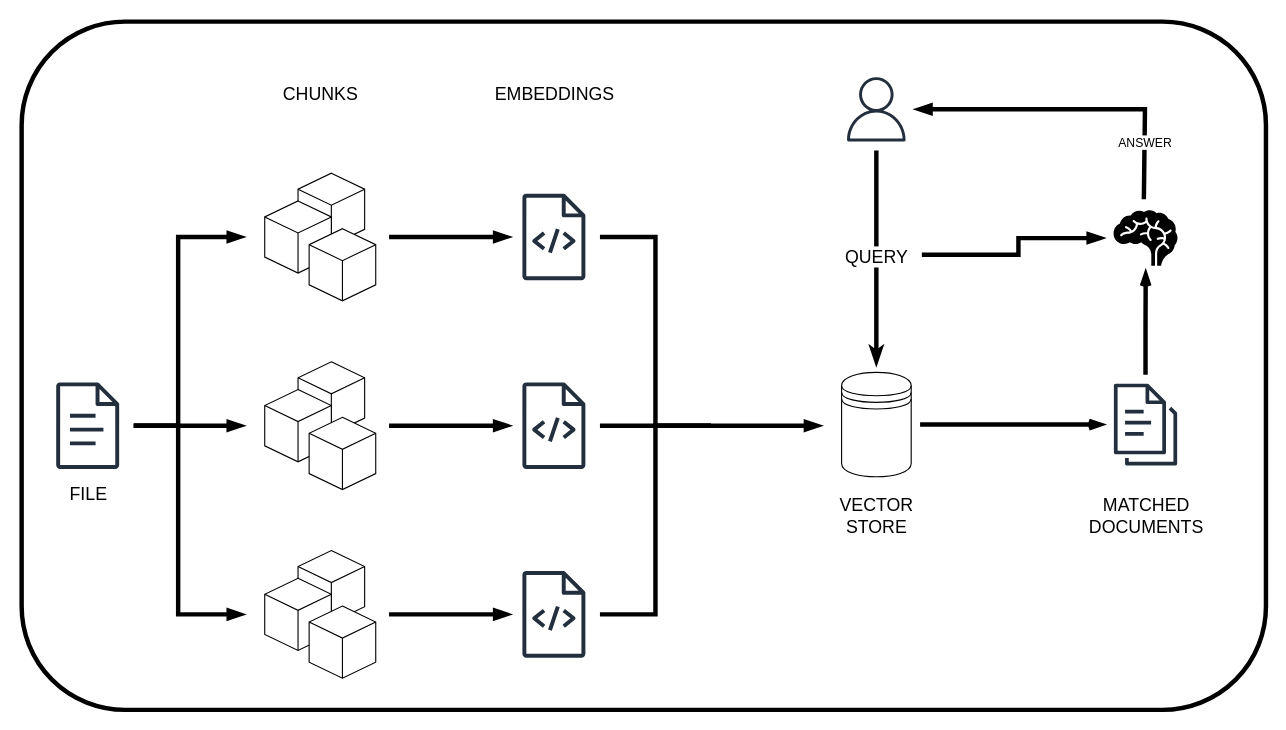
The draw.io diagram data/Process.drawio in LWaetzig/StudentChatbot, before the edit. Source tidied: cells renumbered, new cells numbered last; positions are measured from the earlier drawing's top-left corner, leaving out a move shared by most shapes. Both pictures are drawn from the tidied source at 111%, with x=0, y=0 at pixel (21, 21).
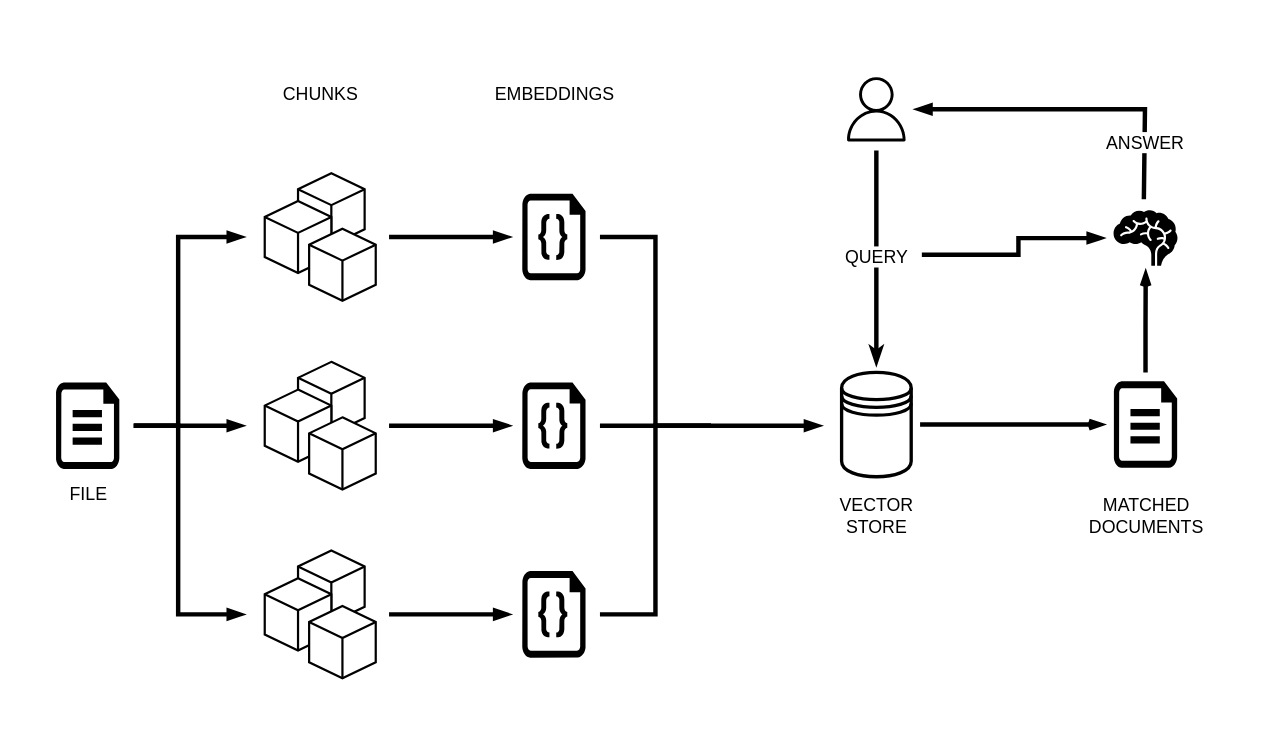
The same diagram, later.

The change refers to these unchanged cells:
```xml
<mxCell id="13" style="group;" parent="4" vertex="1">
  <mxGeometry y="340" width="100" height="115" as="geometry" />
</mxCell>
```

Diff of the diagram source:
```diff
@@
-    <mxCell id="2" style="rounded=1;whiteSpace=wrap;html=1;labelBackgroundColor=default;strokeColor=default;strokeWidth=4;align=center;verticalAlign=middle;fontFamily=Helvetica;fontSize=11;fontColor=default;startArrow=blockThin;startFill=1;endArrow=none;endFill=0;fillColor=default;" parent="1" vertex="1">
-      <mxGeometry width="1121" height="620" as="geometry" />
-    </mxCell>
+    <mxCell id="45" style="group;" parent="1" vertex="1">
+      <mxGeometry x="29.5" y="50" width="1048" height="541.5" as="geometry" />
+    </mxCell>
-    <mxCell id="3" style="sketch=0;fontColor=#232F3E;gradientColor=none;fillColor=#232F3D;strokeColor=none;dashed=0;verticalLabelPosition=bottom;verticalAlign=top;align=center;html=1;fontSize=12;fontStyle=0;shape=mxgraph.aws4.document;" parent="1" vertex="1">
-      <mxGeometry x="31" y="325" width="57" height="78" as="geometry" />
+    <mxCell id="3" style="verticalLabelPosition=bottom;html=1;verticalAlign=top;align=center;strokeColor=none;fillColor=#000000;shape=mxgraph.azure.cloud_services_configuration_file;dashed=0;fontFamily=Helvetica;fontSize=12;fontColor=#232F3E;gradientColor=none;sketch=0;" parent="45" vertex="1">
+      <mxGeometry x="1.5" y="275" width="57" height="78" as="geometry" />
     </mxCell>
-    <mxCell id="4" style="group;" parent="1" vertex="1">
-      <mxGeometry x="219" y="136.5" width="100" height="455" as="geometry" />
+    <mxCell id="4" style="group;fillColor=none;" parent="45" vertex="1">
+      <mxGeometry x="189.5" y="86.5" width="100" height="455" as="geometry" />
     </mxCell>
-    <mxCell id="5" style="group;" parent="4" vertex="1">
+    <mxCell id="5" style="group;fillColor=none;" parent="4" vertex="1">
       <mxGeometry width="100" height="115" as="geometry" />
     </mxCell>
-    <mxCell id="6" style="html=1;shape=mxgraph.basic.isocube;isoAngle=15;" parent="5" vertex="1">
+    <mxCell id="6" style="html=1;shape=mxgraph.basic.isocube;isoAngle=15;fillColor=default;strokeWidth=2;" parent="5" vertex="1">
       <mxGeometry x="30" width="60" height="65" as="geometry" />
     </mxCell>
-    <mxCell id="7" style="html=1;shape=mxgraph.basic.isocube;isoAngle=15;" parent="5" vertex="1">
+    <mxCell id="7" style="html=1;shape=mxgraph.basic.isocube;isoAngle=15;fillColor=default;strokeWidth=2;" parent="5" vertex="1">
       <mxGeometry y="25" width="60" height="65" as="geometry" />
     </mxCell>
-    <mxCell id="8" style="html=1;shape=mxgraph.basic.isocube;isoAngle=15;" parent="5" vertex="1">
+    <mxCell id="8" style="html=1;shape=mxgraph.basic.isocube;isoAngle=15;fillColor=default;strokeWidth=2;" parent="5" vertex="1">
       <mxGeometry x="40" y="50" width="60" height="65" as="geometry" />
     </mxCell>
-    <mxCell id="9" style="group;" parent="4" vertex="1">
+    <mxCell id="9" style="group;fillColor=none;" parent="4" vertex="1">
       <mxGeometry y="170" width="100" height="115" as="geometry" />
     </mxCell>
-    <mxCell id="10" style="html=1;shape=mxgraph.basic.isocube;isoAngle=15;" parent="9" vertex="1">
+    <mxCell id="10" style="html=1;shape=mxgraph.basic.isocube;isoAngle=15;fillColor=default;strokeWidth=2;" parent="9" vertex="1">
       <mxGeometry x="30" width="60" height="65" as="geometry" />
     </mxCell>
-    <mxCell id="11" style="html=1;shape=mxgraph.basic.isocube;isoAngle=15;" parent="9" vertex="1">
+    <mxCell id="11" style="html=1;shape=mxgraph.basic.isocube;isoAngle=15;fillColor=default;strokeWidth=2;" parent="9" vertex="1">
       <mxGeometry y="25" width="60" height="65" as="geometry" />
     </mxCell>
-    <mxCell id="12" style="html=1;shape=mxgraph.basic.isocube;isoAngle=15;" parent="9" vertex="1">
+    <mxCell id="12" style="html=1;shape=mxgraph.basic.isocube;isoAngle=15;fillColor=default;strokeWidth=2;" parent="9" vertex="1">
       <mxGeometry x="40" y="50" width="60" height="65" as="geometry" />
     </mxCell>
@@
-    <mxCell id="14" style="html=1;shape=mxgraph.basic.isocube;isoAngle=15;" parent="13" vertex="1">
+    <mxCell id="14" style="html=1;shape=mxgraph.basic.isocube;isoAngle=15;fillColor=default;strokeWidth=2;" parent="13" vertex="1">
       <mxGeometry x="30" width="60" height="65" as="geometry" />
     </mxCell>
-    <mxCell id="15" style="html=1;shape=mxgraph.basic.isocube;isoAngle=15;" parent="13" vertex="1">
+    <mxCell id="15" style="html=1;shape=mxgraph.basic.isocube;isoAngle=15;fillColor=default;strokeWidth=2;" parent="13" vertex="1">
       <mxGeometry y="25" width="60" height="65" as="geometry" />
     </mxCell>
-    <mxCell id="16" style="html=1;shape=mxgraph.basic.isocube;isoAngle=15;" parent="13" vertex="1">
+    <mxCell id="16" style="html=1;shape=mxgraph.basic.isocube;isoAngle=15;fillColor=default;strokeWidth=2;" parent="13" vertex="1">
       <mxGeometry x="40" y="50" width="60" height="65" as="geometry" />
     </mxCell>
-    <mxCell id="17" style="group;" parent="1" vertex="1">
-      <mxGeometry x="451" y="155" width="57" height="418" as="geometry" />
+    <mxCell id="17" style="group;" parent="45" vertex="1">
+      <mxGeometry x="421.5" y="105" width="57" height="418" as="geometry" />
     </mxCell>
@@
-    <mxCell id="19" style="sketch=0;fontColor=#232F3E;gradientColor=none;fillColor=#232F3D;strokeColor=none;dashed=0;verticalLabelPosition=bottom;verticalAlign=top;align=center;html=1;fontSize=12;fontStyle=0;shape=mxgraph.aws4.source_code;flipH=0;" parent="17" vertex="1">
+    <mxCell id="19" style="verticalLabelPosition=bottom;html=1;verticalAlign=top;align=center;strokeColor=none;fillColor=#000000;shape=mxgraph.azure.code_file;dashed=0;fontFamily=Helvetica;fontSize=12;fontColor=#232F3E;gradientColor=none;sketch=0;" parent="17" vertex="1">
       <mxGeometry width="57" height="78" as="geometry" />
     </mxCell>
@@
-    <mxCell id="22" style="sketch=0;fontColor=#232F3E;gradientColor=none;fillColor=#232F3D;strokeColor=none;dashed=0;verticalLabelPosition=bottom;verticalAlign=top;align=center;html=1;fontSize=12;fontStyle=0;shape=mxgraph.aws4.source_code;flipH=0;" parent="17" vertex="1">
+    <mxCell id="22" style="verticalLabelPosition=bottom;html=1;verticalAlign=top;align=center;strokeColor=none;fillColor=#000000;shape=mxgraph.azure.code_file;dashed=0;fontFamily=Helvetica;fontSize=12;fontColor=#232F3E;gradientColor=none;sketch=0;" parent="17" vertex="1">
       <mxGeometry y="170" width="57" height="78" as="geometry" />
     </mxCell>
@@
-    <mxCell id="24" style="sketch=0;fontColor=#232F3E;gradientColor=none;fillColor=#232F3D;strokeColor=none;dashed=0;verticalLabelPosition=bottom;verticalAlign=top;align=center;html=1;fontSize=12;fontStyle=0;shape=mxgraph.aws4.source_code;flipH=0;" parent="17" vertex="1">
+    <mxCell id="24" style="verticalLabelPosition=bottom;html=1;verticalAlign=top;align=center;strokeColor=none;fillColor=#000000;shape=mxgraph.azure.code_file;dashed=0;fontFamily=Helvetica;fontSize=12;fontColor=#232F3E;gradientColor=none;sketch=0;" parent="17" vertex="1">
       <mxGeometry y="340" width="57" height="78" as="geometry" />
     </mxCell>
-    <mxCell id="25" style="edgeStyle=orthogonalEdgeStyle;rounded=0;orthogonalLoop=1;jettySize=auto;html=1;strokeWidth=4;endArrow=blockThin;endFill=1;" parent="1" edge="1">
+    <mxCell id="25" style="edgeStyle=orthogonalEdgeStyle;rounded=0;orthogonalLoop=1;jettySize=auto;html=1;strokeWidth=4;endArrow=blockThin;endFill=1;" parent="45" edge="1">
       <mxGeometry relative="1" as="geometry">
-        <mxPoint x="101" y="364" as="sourcePoint" />
-        <mxPoint x="201" y="194" as="targetPoint" />
+        <mxPoint x="71.5" y="314" as="sourcePoint" />
+        <mxPoint x="171.5" y="144" as="targetPoint" />
         <Array as="points">
-          <mxPoint x="141" y="364" />
-          <mxPoint x="141" y="194" />
+          <mxPoint x="111.5" y="314" />
+          <mxPoint x="111.5" y="144" />
         </Array>
       </mxGeometry>
     </mxCell>
-    <mxCell id="26" style="edgeStyle=orthogonalEdgeStyle;rounded=0;orthogonalLoop=1;jettySize=auto;html=1;strokeWidth=4;endArrow=blockThin;endFill=1;" parent="1" edge="1">
+    <mxCell id="26" style="edgeStyle=orthogonalEdgeStyle;rounded=0;orthogonalLoop=1;jettySize=auto;html=1;strokeWidth=4;endArrow=blockThin;endFill=1;" parent="45" edge="1">
       <mxGeometry relative="1" as="geometry">
-        <mxPoint x="101" y="364" as="sourcePoint" />
-        <mxPoint x="201" y="364" as="targetPoint" />
+        <mxPoint x="71.5" y="314" as="sourcePoint" />
+        <mxPoint x="171.5" y="314" as="targetPoint" />
       </mxGeometry>
     </mxCell>
-    <mxCell id="27" style="edgeStyle=orthogonalEdgeStyle;rounded=0;orthogonalLoop=1;jettySize=auto;html=1;strokeWidth=4;endArrow=blockThin;endFill=1;" parent="1" edge="1">
+    <mxCell id="27" style="edgeStyle=orthogonalEdgeStyle;rounded=0;orthogonalLoop=1;jettySize=auto;html=1;strokeWidth=4;endArrow=blockThin;endFill=1;" parent="45" edge="1">
       <mxGeometry relative="1" as="geometry">
-        <mxPoint x="101" y="364" as="sourcePoint" />
-        <mxPoint x="201" y="534" as="targetPoint" />
+        <mxPoint x="71.5" y="314" as="sourcePoint" />
+        <mxPoint x="171.5" y="484" as="targetPoint" />
         <Array as="points">
-          <mxPoint x="141" y="364" />
-          <mxPoint x="141" y="534" />
+          <mxPoint x="111.5" y="314" />
+          <mxPoint x="111.5" y="484" />
         </Array>
       </mxGeometry>
     </mxCell>
-    <mxCell id="28" value="FILE" style="text;html=1;align=center;verticalAlign=middle;strokeColor=none;fillColor=none;fontSize=16;" parent="1" vertex="1">
-      <mxGeometry x="29.5" y="410" width="60" height="30" as="geometry" />
+    <mxCell id="28" value="FILE" style="text;html=1;align=center;verticalAlign=middle;strokeColor=none;fillColor=none;fontSize=16;" parent="45" vertex="1">
+      <mxGeometry y="360" width="60" height="30" as="geometry" />
     </mxCell>
-    <mxCell id="29" value="CHUNKS" style="text;html=1;align=center;verticalAlign=middle;strokeColor=none;fillColor=none;fontSize=16;" parent="1" vertex="1">
-      <mxGeometry x="224" y="50" width="90" height="30" as="geometry" />
+    <mxCell id="29" value="CHUNKS" style="text;html=1;align=center;verticalAlign=middle;strokeColor=none;fillColor=none;fontSize=16;" parent="45" vertex="1">
+      <mxGeometry x="194.5" width="90" height="30" as="geometry" />
     </mxCell>
-    <mxCell id="30" value="EMBEDDINGS" style="text;html=1;align=center;verticalAlign=middle;strokeColor=none;fillColor=none;fontSize=16;" parent="1" vertex="1">
-      <mxGeometry x="414.5" y="50" width="130" height="30" as="geometry" />
+    <mxCell id="30" value="EMBEDDINGS" style="text;html=1;align=center;verticalAlign=middle;strokeColor=none;fillColor=none;fontSize=16;" parent="45" vertex="1">
+      <mxGeometry x="385" width="130" height="30" as="geometry" />
     </mxCell>
-    <mxCell id="31" style="edgeStyle=orthogonalEdgeStyle;rounded=0;jettySize=auto;html=1;fontFamily=Helvetica;fontSize=11;fontColor=default;startArrow=none;startFill=0;endArrow=openThin;endFill=0;strokeWidth=4;sourcePerimeterSpacing=8;targetPerimeterSpacing=8;" parent="1" edge="1" source="32" target="40">
-      <mxGeometry relative="1" as="geometry" />
-    </mxCell>
-    <mxCell id="32" style="shape=datastore;whiteSpace=wrap;html=1;" parent="1" vertex="1">
-      <mxGeometry x="738.7" y="316" width="62.7" height="94" as="geometry" />
+    <mxCell id="32" style="shape=datastore;whiteSpace=wrap;html=1;fillColor=none;strokeColor=#000000;strokeWidth=3;" parent="45" vertex="1">
+      <mxGeometry x="709.2" y="266" width="62.7" height="94" as="geometry" />
     </mxCell>
-    <mxCell id="33" style="edgeStyle=orthogonalEdgeStyle;rounded=0;orthogonalLoop=1;jettySize=auto;html=1;strokeWidth=4;endArrow=none;endFill=0;" parent="1" edge="1">
+    <mxCell id="33" style="edgeStyle=orthogonalEdgeStyle;rounded=0;orthogonalLoop=1;jettySize=auto;html=1;strokeWidth=4;endArrow=none;endFill=0;" parent="45" edge="1">
       <mxGeometry relative="1" as="geometry">
-        <mxPoint x="521" y="194" as="sourcePoint" />
-        <mxPoint x="621" y="364" as="targetPoint" />
+        <mxPoint x="491.5" y="144" as="sourcePoint" />
+        <mxPoint x="591.5" y="314" as="targetPoint" />
         <Array as="points">
-          <mxPoint x="571" y="194" />
-          <mxPoint x="571" y="364" />
+          <mxPoint x="541.5" y="144" />
+          <mxPoint x="541.5" y="314" />
         </Array>
       </mxGeometry>
     </mxCell>
-    <mxCell id="34" style="edgeStyle=orthogonalEdgeStyle;rounded=0;orthogonalLoop=1;jettySize=auto;html=1;strokeWidth=4;endArrow=blockThin;endFill=1;" parent="1" edge="1">
+    <mxCell id="34" style="edgeStyle=orthogonalEdgeStyle;rounded=0;orthogonalLoop=1;jettySize=auto;html=1;strokeWidth=4;endArrow=blockThin;endFill=1;" parent="45" edge="1">
       <mxGeometry relative="1" as="geometry">
-        <mxPoint x="521" y="534" as="sourcePoint" />
-        <mxPoint x="721" y="364" as="targetPoint" />
+        <mxPoint x="491.5" y="484" as="sourcePoint" />
+        <mxPoint x="691.5" y="314" as="targetPoint" />
         <Array as="points">
-          <mxPoint x="571" y="534" />
-          <mxPoint x="571" y="364" />
+          <mxPoint x="541.5" y="484" />
+          <mxPoint x="541.5" y="314" />
         </Array>
       </mxGeometry>
     </mxCell>
-    <mxCell id="35" value="VECTOR &lt;br&gt;STORE" style="text;html=1;align=center;verticalAlign=middle;strokeColor=none;fillColor=none;fontSize=16;" parent="1" vertex="1">
-      <mxGeometry x="725" y="420" width="90" height="50" as="geometry" />
+    <mxCell id="35" value="VECTOR &lt;br&gt;STORE" style="text;html=1;align=center;verticalAlign=middle;strokeColor=none;fillColor=none;fontSize=16;" parent="45" vertex="1">
+      <mxGeometry x="695.5" y="370" width="90" height="50" as="geometry" />
     </mxCell>
-    <mxCell id="36" value="&lt;font style=&quot;font-size: 16px;&quot;&gt;QUERY&lt;/font&gt;" style="edgeStyle=orthogonalEdgeStyle;rounded=0;jettySize=auto;html=1;fontFamily=Helvetica;fontSize=11;fontColor=default;startArrow=none;startFill=0;endArrow=classicThin;endFill=1;targetPerimeterSpacing=0;strokeWidth=4;startSize=6;jumpSize=11;sourcePerimeterSpacing=8;" parent="1" edge="1" source="37">
+    <mxCell id="36" value="&lt;font style=&quot;font-size: 16px;&quot;&gt;QUERY&lt;/font&gt;" style="edgeStyle=orthogonalEdgeStyle;rounded=0;jettySize=auto;html=1;fontFamily=Helvetica;fontSize=11;fontColor=default;startArrow=none;startFill=0;endArrow=classicThin;endFill=1;targetPerimeterSpacing=0;strokeWidth=4;startSize=6;jumpSize=11;sourcePerimeterSpacing=8;" parent="45" edge="1" source="37">
       <mxGeometry relative="1" as="geometry">
-        <mxPoint x="770" y="310" as="targetPoint" />
+        <mxPoint x="740.5" y="260" as="targetPoint" />
       </mxGeometry>
     </mxCell>
-    <mxCell id="37" style="sketch=0;outlineConnect=0;fontColor=#232F3E;gradientColor=none;fillColor=#232F3D;strokeColor=none;dashed=0;verticalLabelPosition=bottom;verticalAlign=top;align=center;html=1;fontSize=12;fontStyle=0;shape=mxgraph.aws4.user;" parent="1" vertex="1">
-      <mxGeometry x="741" y="50" width="58" height="58" as="geometry" />
+    <mxCell id="37" style="sketch=0;outlineConnect=0;fontColor=#232F3E;gradientColor=none;fillColor=#000000;strokeColor=none;dashed=0;verticalLabelPosition=bottom;verticalAlign=top;align=center;html=1;fontSize=12;fontStyle=0;shape=mxgraph.aws4.user;" parent="45" vertex="1">
+      <mxGeometry x="711.5" width="58" height="58" as="geometry" />
     </mxCell>
-    <mxCell id="38" style="edgeStyle=orthogonalEdgeStyle;rounded=0;jettySize=auto;html=1;fontFamily=Helvetica;fontSize=11;fontColor=default;startArrow=blockThin;startFill=1;endArrow=none;endFill=0;strokeWidth=4;targetPerimeterSpacing=8;sourcePerimeterSpacing=8;" parent="1" edge="1" source="39">
+    <mxCell id="38" style="edgeStyle=orthogonalEdgeStyle;rounded=0;jettySize=auto;html=1;fontFamily=Helvetica;fontSize=11;fontColor=default;startArrow=blockThin;startFill=1;endArrow=none;endFill=0;strokeWidth=4;targetPerimeterSpacing=8;sourcePerimeterSpacing=8;" parent="45" edge="1" source="39">
       <mxGeometry relative="1" as="geometry">
-        <mxPoint x="811" y="210" as="targetPoint" />
+        <mxPoint x="781.5" y="160" as="targetPoint" />
         <Array as="points">
-          <mxPoint x="898" y="195" />
-          <mxPoint x="898" y="210" />
-          <mxPoint x="811" y="210" />
+          <mxPoint x="868.5" y="145" />
+          <mxPoint x="868.5" y="160" />
+          <mxPoint x="781.5" y="160" />
         </Array>
       </mxGeometry>
     </mxCell>
-    <mxCell id="39" style="shape=mxgraph.signs.healthcare.brain;html=1;fillColor=#000000;strokeColor=none;verticalLabelPosition=bottom;verticalAlign=top;align=center;rounded=0;labelBackgroundColor=default;strokeWidth=4;fontFamily=Helvetica;fontSize=11;fontColor=default;startArrow=blockThin;startFill=1;endArrow=none;endFill=0;" parent="1" vertex="1">
-      <mxGeometry x="983.7" y="170" width="57.6" height="50" as="geometry" />
+    <mxCell id="39" style="shape=mxgraph.signs.healthcare.brain;html=1;fillColor=#000000;strokeColor=none;verticalLabelPosition=bottom;verticalAlign=top;align=center;rounded=0;labelBackgroundColor=default;strokeWidth=4;fontFamily=Helvetica;fontSize=11;fontColor=default;startArrow=blockThin;startFill=1;endArrow=none;endFill=0;" parent="45" vertex="1">
+      <mxGeometry x="954.2" y="120" width="57.6" height="50" as="geometry" />
     </mxCell>
-    <mxCell id="40" style="sketch=0;outlineConnect=0;fontColor=#232F3E;gradientColor=none;fillColor=#232F3D;strokeColor=none;dashed=0;verticalLabelPosition=bottom;verticalAlign=top;align=center;html=1;fontSize=12;fontStyle=0;shape=mxgraph.aws4.documents3;rounded=0;labelBackgroundColor=default;strokeWidth=4;fontFamily=Helvetica;startArrow=blockThin;startFill=1;endArrow=none;endFill=0;" parent="1" vertex="1">
-      <mxGeometry x="984" y="324" width="57" height="78" as="geometry" />
+    <mxCell id="40" style="verticalLabelPosition=bottom;html=1;verticalAlign=top;align=center;strokeColor=none;fillColor=#000000;shape=mxgraph.azure.cloud_services_configuration_file;dashed=0;fontFamily=Helvetica;fontSize=12;fontColor=#232F3E;startFill=1;endFill=0;strokeWidth=4;gradientColor=none;sketch=0;" parent="45" vertex="1">
+      <mxGeometry x="954.5" y="274" width="57" height="78" as="geometry" />
     </mxCell>
-    <mxCell id="41" value="MATCHED &lt;br&gt;DOCUMENTS" style="text;html=1;align=center;verticalAlign=middle;strokeColor=none;fillColor=none;fontSize=16;" parent="1" vertex="1">
-      <mxGeometry x="947.5" y="420" width="130" height="50" as="geometry" />
+    <mxCell id="41" value="MATCHED &lt;br&gt;DOCUMENTS" style="text;html=1;align=center;verticalAlign=middle;strokeColor=none;fillColor=none;fontSize=16;" parent="45" vertex="1">
+      <mxGeometry x="918" y="370" width="130" height="50" as="geometry" />
     </mxCell>
+    <mxCell id="31" style="edgeStyle=orthogonalEdgeStyle;rounded=0;jettySize=auto;html=1;fontFamily=Helvetica;fontSize=11;fontColor=default;startArrow=none;startFill=0;endArrow=openThin;endFill=0;strokeWidth=4;sourcePerimeterSpacing=8;targetPerimeterSpacing=8;" parent="45" edge="1" source="32" target="40">
+      <mxGeometry relative="1" as="geometry" />
+    </mxCell>
-    <mxCell id="42" style="edgeStyle=orthogonalEdgeStyle;rounded=0;jettySize=auto;html=1;entryX=0.503;entryY=1.073;entryDx=0;entryDy=0;entryPerimeter=0;fontFamily=Helvetica;fontSize=11;fontColor=default;startArrow=none;startFill=0;endArrow=openThin;endFill=0;strokeWidth=4;sourcePerimeterSpacing=8;targetPerimeterSpacing=8;" parent="1" edge="1" source="40" target="39">
+    <mxCell id="42" style="edgeStyle=orthogonalEdgeStyle;rounded=0;jettySize=auto;html=1;entryX=0.503;entryY=1.073;entryDx=0;entryDy=0;entryPerimeter=0;fontFamily=Helvetica;fontSize=11;fontColor=default;startArrow=none;startFill=0;endArrow=openThin;endFill=0;strokeWidth=4;sourcePerimeterSpacing=8;targetPerimeterSpacing=8;" parent="45" edge="1" source="40" target="39">
       <mxGeometry relative="1" as="geometry" />
     </mxCell>
-    <mxCell id="43" style="edgeStyle=orthogonalEdgeStyle;rounded=0;jettySize=auto;html=1;fontFamily=Helvetica;fontSize=11;fontColor=default;startArrow=blockThin;startFill=1;endArrow=none;endFill=0;strokeWidth=4;sourcePerimeterSpacing=8;targetPerimeterSpacing=8;" parent="1" edge="1" source="37">
+    <mxCell id="43" style="edgeStyle=orthogonalEdgeStyle;rounded=0;jettySize=auto;html=1;fontFamily=Helvetica;fontSize=11;fontColor=default;startArrow=blockThin;startFill=1;endArrow=none;endFill=0;strokeWidth=4;sourcePerimeterSpacing=8;targetPerimeterSpacing=8;" parent="45" edge="1" source="37">
       <mxGeometry relative="1" as="geometry">
-        <mxPoint x="1011" y="160" as="targetPoint" />
+        <mxPoint x="981.5" y="110" as="targetPoint" />
         <Array as="points">
-          <mxPoint x="1012" y="79" />
-          <mxPoint x="1012" y="160" />
+          <mxPoint x="982.5" y="29" />
+          <mxPoint x="982.5" y="110" />
         </Array>
       </mxGeometry>
     </mxCell>
-    <mxCell id="44" value="ANSWER" style="edgeLabel;html=1;align=center;verticalAlign=middle;fontSize=11;fontFamily=Helvetica;fontColor=default;spacingLeft=3;spacingRight=3;spacing=4;spacingTop=0; padding=1;" parent="43" vertex="1">
+    <mxCell id="44" value="ANSWER" style="edgeLabel;html=1;align=center;verticalAlign=middle;fontSize=16;fontFamily=Helvetica;fontColor=default;spacingLeft=3;spacingRight=3;spacing=4;spacingTop=0; padding=1;" parent="43" vertex="1">
       <mxGeometry x="-0.03" relative="1" as="geometry">
         <mxPoint x="67" y="29" as="offset" />
       </mxGeometry>
     </mxCell>
```
